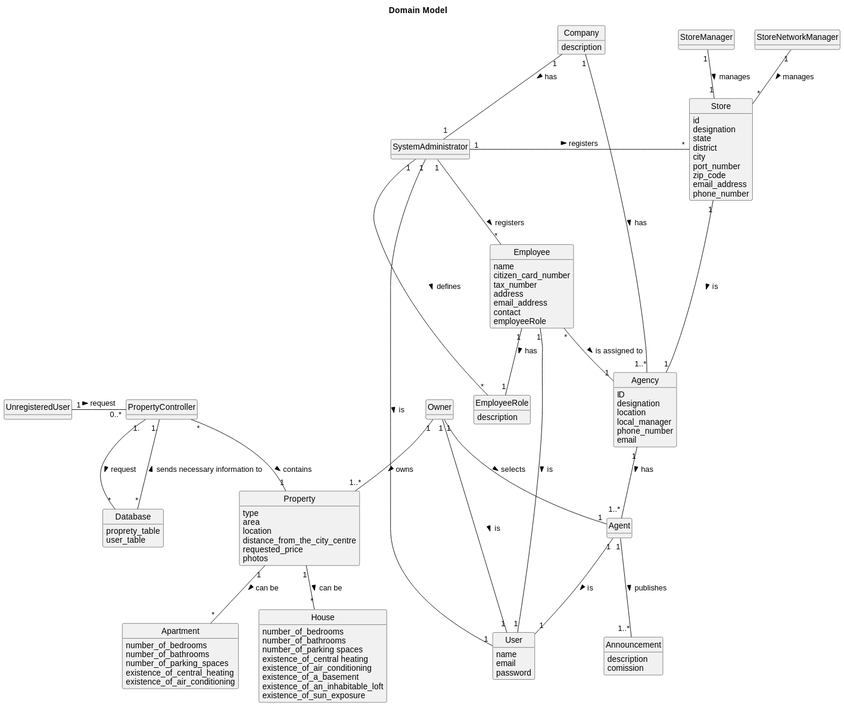
This is docs/Sprint-B/global-artifacts/02.analysis/svg/project-domain-model.svg from Rodrick0209/ISEP-LAPR2-22-23, a PlantUML export, as it was before one commit. Its diagram source:
```plantuml
@startuml
skinparam monochrome true
skinparam packageStyle rectangle
skinparam shadowing false
skinparam classAttributeIconSize 0
hide circle
hide methods

title Domain Model


class Employee{
name
citizen_card_number
tax_number
address
email_address
contact
employeeRole
}

class SystemAdministrator{
}

class EmployeeRole{
description
}

class Company{
description
}

class Agency{
ID
designation
location
local_manager
phone_number
email
}

class User{
name
email
password
}

class Store {
    id
    designation
    state
    district
    city
    port_number
    zip_code
    email_address
    phone_number
}

class Property {
    type
    area
    location
    distance_from_the_city_centre
    requested_price
    photos
    }

class Announcement {
        description
        comission
      }

class Apartment{
    number_of_bedrooms
    number_of_bathrooms
    number_of_parking_spaces
    existence_of_central_heating
    existence_of_air_conditioning
}

class House{
    number_of_bedrooms
    number_of_bathrooms
    number_of_parking spaces
    existence_of_central heating
    existence_of_air_conditioning
    existence_of_a_basement
    existence_of_an_inhabitable_loft
    existence_of_sun_exposure
}

class Database {
    proprety_table
    user_table
}

UnregisteredUser "1" - "0..*" PropertyController : request >
PropertyController "1." -- "*" Database : request >
PropertyController "1." -- "*" Database : sends necessary information to <
PropertyController "*" -- "1"  Property : contains >
Agent "1" -- "1..*" Announcement : publishes >
Agency "1" -- "1..*" Agent : has >
SystemAdministrator "1" -- "*" Employee : registers >
Employee "*" -- "1" Agency : is assigned to >
Employee "1" -- "1" EmployeeRole :  has >
SystemAdministrator "1" -- "*" EmployeeRole : defines >
Owner "1" -- "1..*" Property : owns >
Property "1" -- "*" House :  can be >
Property "1" -- "*" Apartment :  can be >
Owner "1" -- "1" Agent : selects >
SystemAdministrator "1" - "*" Store : registers >
StoreManager "1" -- "1" Store : manages >
StoreNetworkManager "1" -- "*" Store : manages >
Store "1" -- "1" Agency : is >
Company "1" -- "1..*" Agency : has >
Company "1" -- "1" SystemAdministrator : has >
SystemAdministrator "1" -- "1" User : is >
Employee "1" -- "1" User : is >
Agent "1" -- "1" User : is >
Owner "1" -- "1" User : is >
@enduml
```
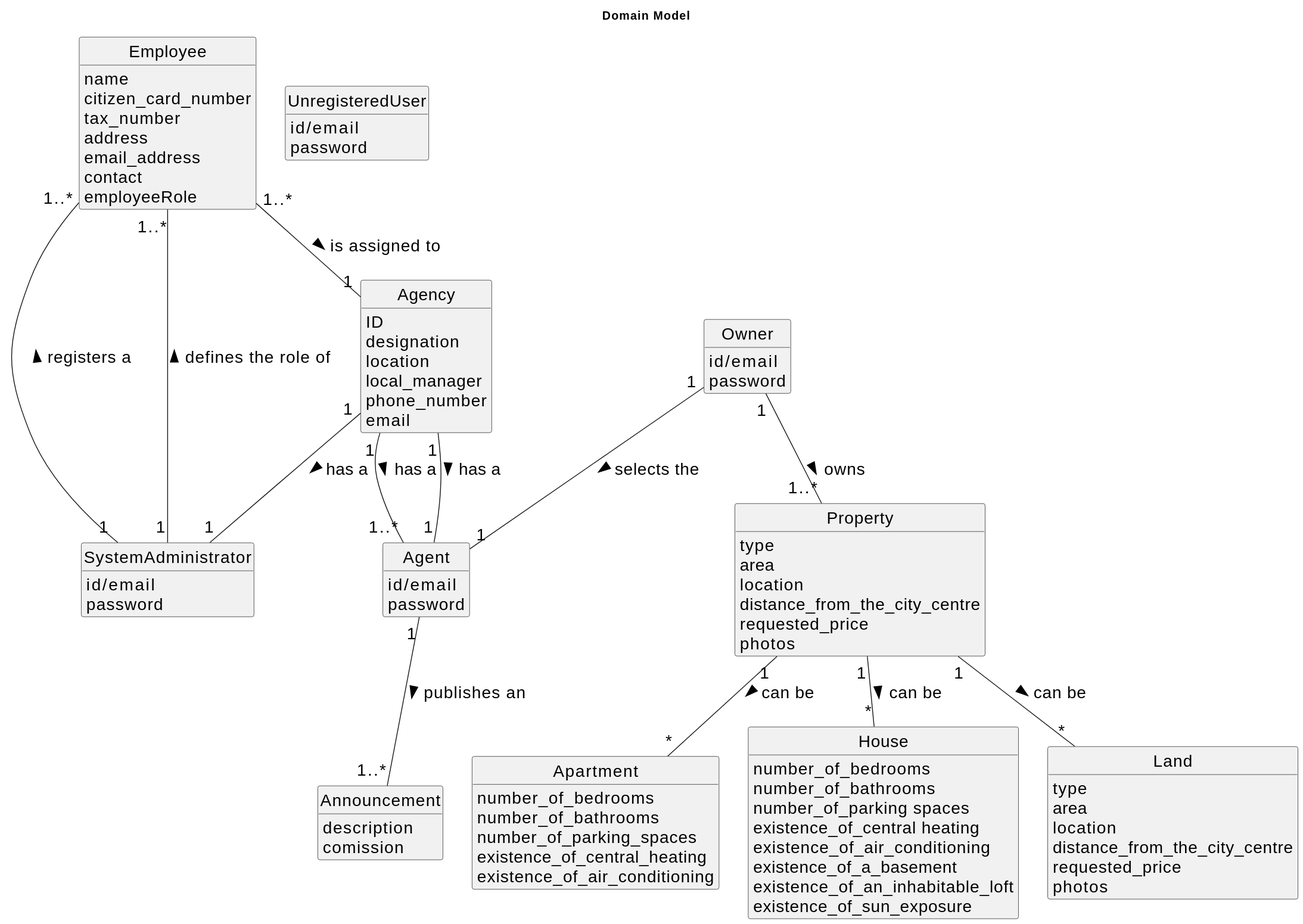
The same diagram one commit later.

Diff of the diagram source:
```diff
@@ -1,4 +1,5 @@
 @startuml
+skinparamlocked defaultFontSize 20
 skinparam monochrome true
 skinparam packageStyle rectangle
 skinparam shadowing false
@@ -20,15 +21,20 @@
 }
 
 class SystemAdministrator{
+id/email
+password
 }
 
-class EmployeeRole{
-description
+class Agent{
+id/email
+password
+}
+class Owner{
+id/email
+password
 }
 
-class Company{
-description
-}
+
 
 class Agency{
 ID
@@ -39,23 +45,11 @@
 email
 }
 
-class User{
-name
-email
+class  UnregisteredUser{
+id/email
 password
 }
 
-class Store {
-    id
-    designation
-    state
-    district
-    city
-    port_number
-    zip_code
-    email_address
-    phone_number
-}
 
 class Property {
     type
@@ -90,33 +84,27 @@
     existence_of_sun_exposure
 }
 
-class Database {
-    proprety_table
-    user_table
+class Land{
+type
+area
+location
+distance_from_the_city_centre
+requested_price
+photos
+
 }
 
-UnregisteredUser "1" - "0..*" PropertyController : request >
-PropertyController "1." -- "*" Database : request >
-PropertyController "1." -- "*" Database : sends necessary information to <
-PropertyController "*" -- "1"  Property : contains >
-Agent "1" -- "1..*" Announcement : publishes >
-Agency "1" -- "1..*" Agent : has >
-SystemAdministrator "1" -- "*" Employee : registers >
-Employee "*" -- "1" Agency : is assigned to >
-Employee "1" -- "1" EmployeeRole :  has >
-SystemAdministrator "1" -- "*" EmployeeRole : defines >
+
+Agent "1" -- "1..*" Announcement : publishes an >
+Agency "1" -- "1..*" Agent : has a  >
+SystemAdministrator "1" -- "1..*" Employee : registers a >
+Employee "1..*" -- "1" Agency : is assigned to >
+SystemAdministrator "1" -- "1..*" Employee : defines the role of >
 Owner "1" -- "1..*" Property : owns >
 Property "1" -- "*" House :  can be >
 Property "1" -- "*" Apartment :  can be >
-Owner "1" -- "1" Agent : selects >
-SystemAdministrator "1" - "*" Store : registers >
-StoreManager "1" -- "1" Store : manages >
-StoreNetworkManager "1" -- "*" Store : manages >
-Store "1" -- "1" Agency : is >
-Company "1" -- "1..*" Agency : has >
-Company "1" -- "1" SystemAdministrator : has >
-SystemAdministrator "1" -- "1" User : is >
-Employee "1" -- "1" User : is >
-Agent "1" -- "1" User : is >
-Owner "1" -- "1" User : is >
+Property "1" -- "*" Land :  can be >
+Owner "1" -- "1" Agent : selects the >
+Agency "1" -- "1" SystemAdministrator : has a  >
+Agency "1" -- "1" Agent: has a  >
 @enduml
```
